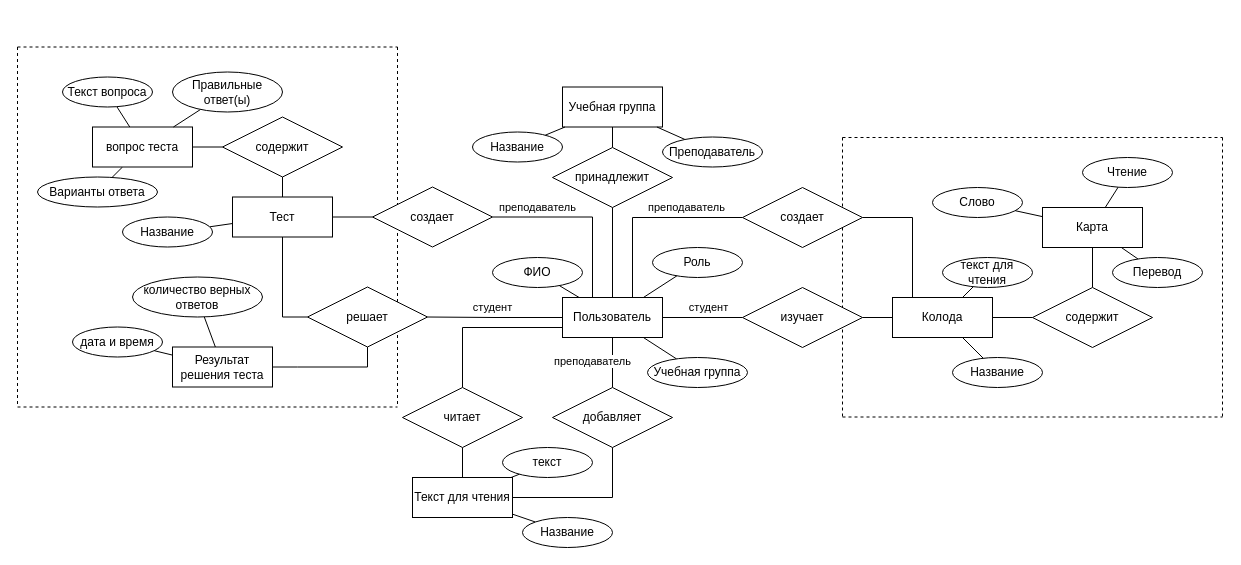
The draw.io diagram page "ER-model" (3 of 5) of readme.drawio in RullDeef/web-lab, before the edit. Source tidied: cells renumbered, new cells numbered last; positions are measured from the earlier drawing's top-left corner, leaving out a move shared by most shapes. Both pictures are drawn from the tidied source at 100%, with x=0, y=0 at pixel (17, 47).
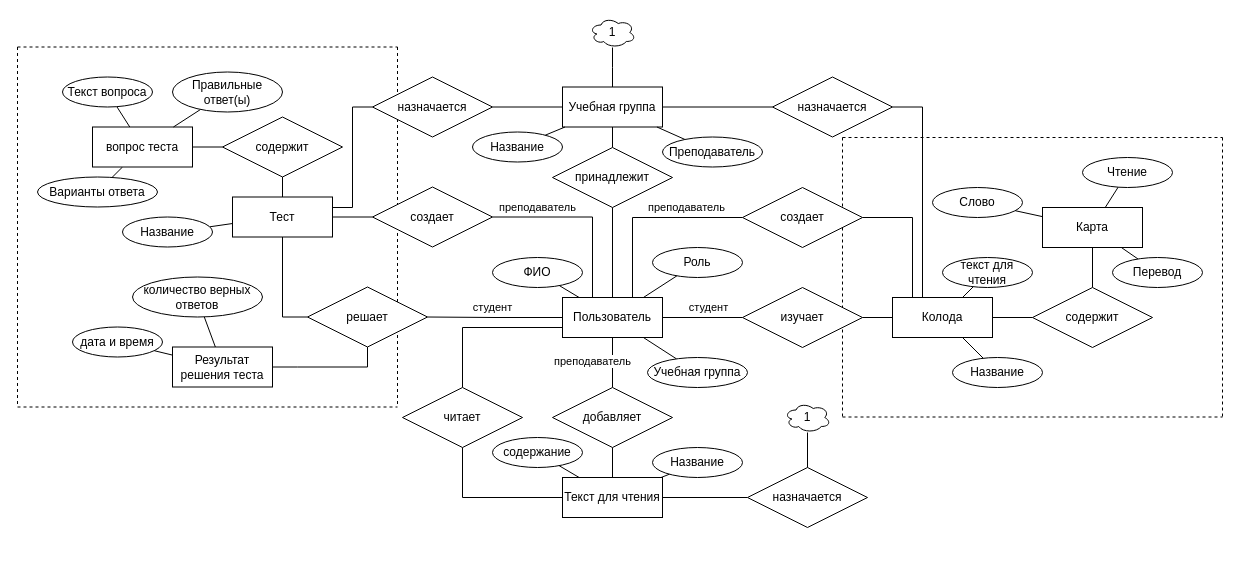
The same diagram, later.

The change refers to these unchanged cells:
```xml
<mxCell id="12" value="Тест" style="whiteSpace=wrap;html=1;align=center;" parent="1" vertex="1">
  <mxGeometry x="215" y="149.5" width="100" height="40" as="geometry" />
</mxCell>
<mxCell id="16" value="Колода" style="whiteSpace=wrap;html=1;align=center;" parent="1" vertex="1">
  <mxGeometry x="875" y="250" width="100" height="40" as="geometry" />
</mxCell>
<mxCell id="26" value="читает" style="shape=rhombus;perimeter=rhombusPerimeter;whiteSpace=wrap;html=1;align=center;" parent="1" vertex="1">
  <mxGeometry x="385" y="340" width="120" height="60" as="geometry" />
</mxCell>
<mxCell id="36" value="Учебная группа" style="whiteSpace=wrap;html=1;align=center;" parent="1" vertex="1">
  <mxGeometry x="545" y="39.5" width="100" height="40" as="geometry" />
</mxCell>
```

Change to the diagram source:
```diff
@@
     <mxCell id="4" style="edgeStyle=orthogonalEdgeStyle;rounded=0;jettySize=auto;html=1;endArrow=none;endFill=0;" parent="1" edge="1" source="26" target="18">
-      <mxGeometry relative="1" as="geometry" />
+      <mxGeometry relative="1" as="geometry">
+        <Array as="points">
+          <mxPoint x="445" y="450" />
+        </Array>
+      </mxGeometry>
     </mxCell>
@@
+    <mxCell id="83" style="edgeStyle=orthogonalEdgeStyle;rounded=0;jettySize=auto;html=1;entryX=0;entryY=0.5;entryDx=0;entryDy=0;endArrow=none;endFill=0;" parent="1" edge="1" source="12" target="85">
+      <mxGeometry relative="1" as="geometry">
+        <Array as="points">
+          <mxPoint x="335" y="160" />
+          <mxPoint x="335" y="60" />
+        </Array>
+      </mxGeometry>
+    </mxCell>
@@
     <mxCell id="18" value="Текст для чтения" style="whiteSpace=wrap;html=1;align=center;" parent="1" vertex="1">
-      <mxGeometry x="395" y="430" width="100" height="40" as="geometry" />
+      <mxGeometry x="545" y="430" width="100" height="40" as="geometry" />
     </mxCell>
@@
     <mxCell id="52" value="Название" style="ellipse;whiteSpace=wrap;html=1;align=center;" parent="1" vertex="1">
-      <mxGeometry x="505" y="470" width="90" height="30" as="geometry" />
+      <mxGeometry x="635" y="400" width="90" height="30" as="geometry" />
     </mxCell>
@@
-    <mxCell id="54" value="текст" style="ellipse;whiteSpace=wrap;html=1;align=center;" parent="1" vertex="1">
-      <mxGeometry x="485" y="400" width="90" height="30" as="geometry" />
+    <mxCell id="54" value="содержание" style="ellipse;whiteSpace=wrap;html=1;align=center;" parent="1" vertex="1">
+      <mxGeometry x="475" y="390" width="90" height="30" as="geometry" />
     </mxCell>
@@
+    <mxCell id="84" style="edgeStyle=orthogonalEdgeStyle;rounded=0;jettySize=auto;html=1;endArrow=none;endFill=0;" parent="1" edge="1" source="85" target="36">
+      <mxGeometry relative="1" as="geometry" />
+    </mxCell>
+    <mxCell id="85" value="назначается" style="shape=rhombus;perimeter=rhombusPerimeter;whiteSpace=wrap;html=1;align=center;" parent="1" vertex="1">
+      <mxGeometry x="355" y="29.5" width="120" height="60" as="geometry" />
+    </mxCell>
+    <mxCell id="86" style="edgeStyle=orthogonalEdgeStyle;rounded=0;jettySize=auto;html=1;endArrow=none;endFill=0;" parent="1" edge="1" source="88" target="16">
+      <mxGeometry relative="1" as="geometry">
+        <Array as="points">
+          <mxPoint x="905" y="60" />
+        </Array>
+      </mxGeometry>
+    </mxCell>
+    <mxCell id="87" style="edgeStyle=orthogonalEdgeStyle;rounded=0;jettySize=auto;html=1;endArrow=none;endFill=0;" parent="1" edge="1" source="88" target="36">
+      <mxGeometry relative="1" as="geometry" />
+    </mxCell>
+    <mxCell id="88" value="назначается" style="shape=rhombus;perimeter=rhombusPerimeter;whiteSpace=wrap;html=1;align=center;" parent="1" vertex="1">
+      <mxGeometry x="755" y="29.5" width="120" height="60" as="geometry" />
+    </mxCell>
+    <mxCell id="89" style="edgeStyle=orthogonalEdgeStyle;rounded=0;jettySize=auto;html=1;endArrow=none;endFill=0;" parent="1" edge="1" source="90" target="18">
+      <mxGeometry relative="1" as="geometry" />
+    </mxCell>
+    <mxCell id="90" value="назначается" style="shape=rhombus;perimeter=rhombusPerimeter;whiteSpace=wrap;html=1;align=center;" parent="1" vertex="1">
+      <mxGeometry x="730" y="420" width="120" height="60" as="geometry" />
+    </mxCell>
+    <mxCell id="91" style="edgeStyle=orthogonalEdgeStyle;rounded=0;jettySize=auto;html=1;endArrow=none;endFill=0;" parent="1" edge="1" source="92" target="36">
+      <mxGeometry relative="1" as="geometry" />
+    </mxCell>
+    <mxCell id="92" value="1" style="ellipse;shape=cloud;whiteSpace=wrap;html=1;" parent="1" vertex="1">
+      <mxGeometry x="572" y="-30" width="46" height="30" as="geometry" />
+    </mxCell>
+    <mxCell id="93" style="edgeStyle=orthogonalEdgeStyle;rounded=0;jettySize=auto;html=1;endArrow=none;endFill=0;" parent="1" edge="1" source="94" target="90">
+      <mxGeometry relative="1" as="geometry" />
+    </mxCell>
+    <mxCell id="94" value="1" style="ellipse;shape=cloud;whiteSpace=wrap;html=1;" parent="1" vertex="1">
+      <mxGeometry x="767" y="355" width="46" height="30" as="geometry" />
+    </mxCell>
```
